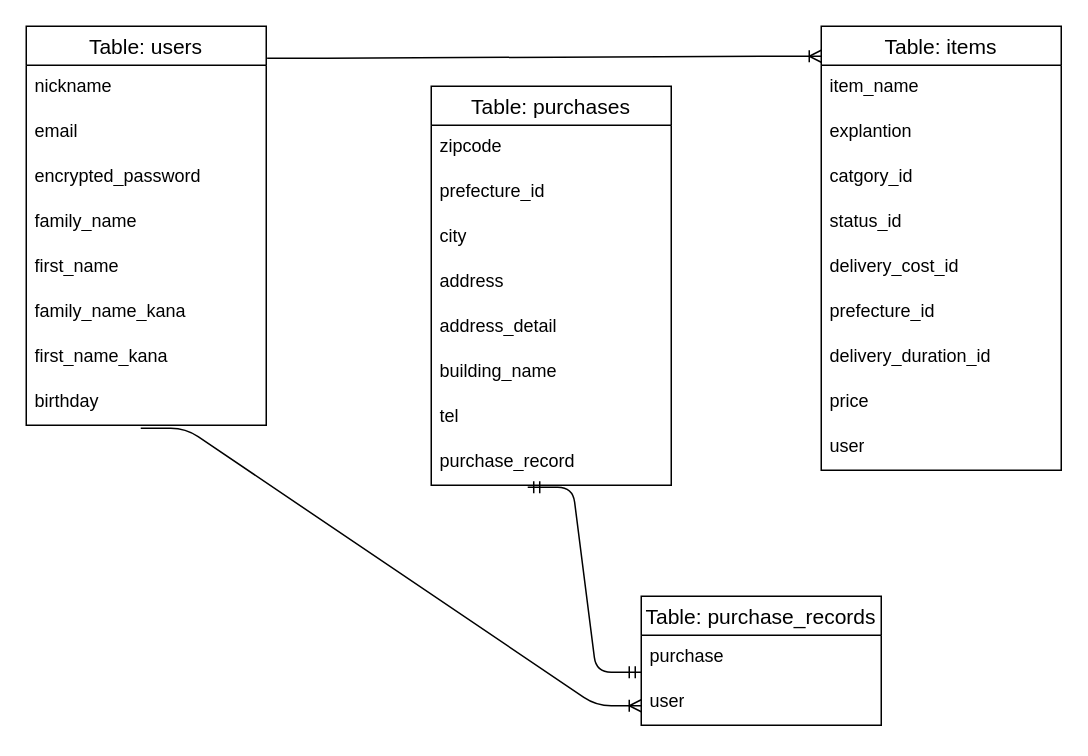
Earlier version of the draw.io diagram ER.dio (John-Willy-Brandt/furima-46330). Source tidied: cells renumbered, new cells numbered last; positions are measured from the earlier drawing's top-left corner, leaving out a move shared by most shapes. Both pictures are drawn from the tidied source at 150%, with x=0, y=0 at pixel (26, 26).
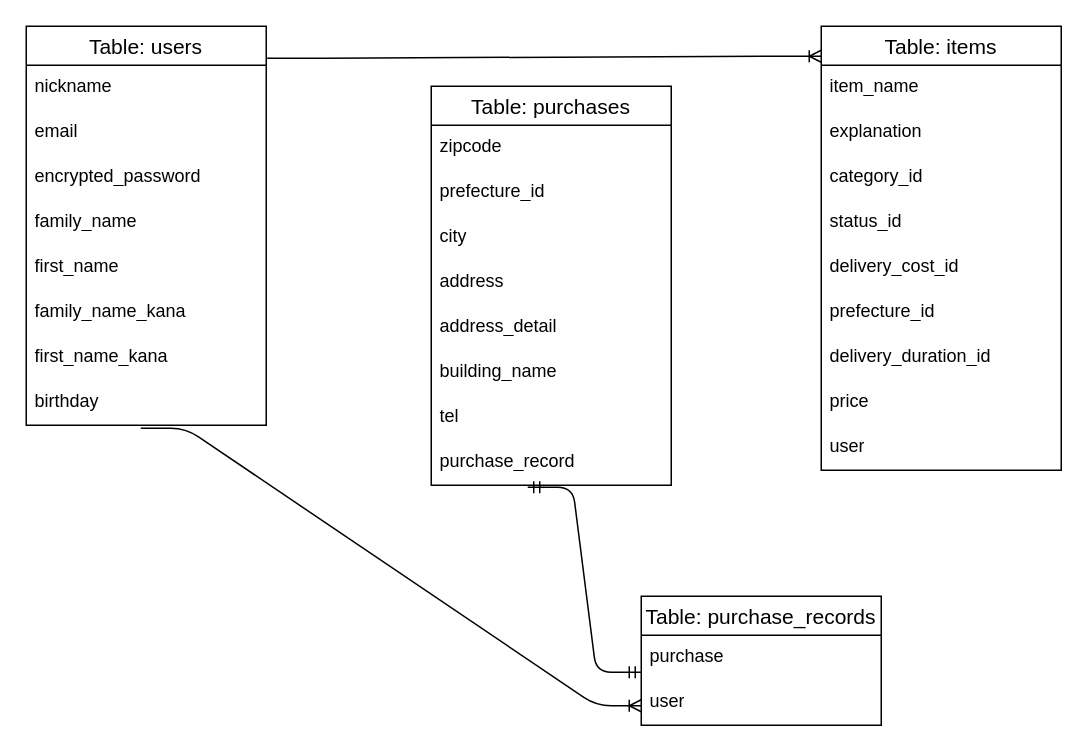
After the change.

Unchanged cells that the change refers to:
```xml
<mxCell id="11" value="Table: items" style="swimlane;fontStyle=0;horizontal=1;startSize=26;align=center;fontSize=14;" parent="1" vertex="1">
  <mxGeometry x="530" width="160" height="296" as="geometry" />
</mxCell>
```

Change to the diagram source:
```diff
@@
-    <mxCell id="13" value="explantion&lt;div&gt;&lt;br&gt;&lt;/div&gt;" style="text;strokeColor=none;fillColor=none;spacingLeft=4;spacingRight=4;overflow=hidden;fontSize=12;whiteSpace=wrap;html=1;" parent="11" vertex="1">
+    <mxCell id="13" value="explanation" style="text;strokeColor=none;fillColor=none;spacingLeft=4;spacingRight=4;overflow=hidden;fontSize=12;whiteSpace=wrap;html=1;" parent="11" vertex="1">
       <mxGeometry y="56" width="160" height="30" as="geometry" />
     </mxCell>
-    <mxCell id="14" value="catgory_id&amp;nbsp;" style="text;strokeColor=none;fillColor=none;spacingLeft=4;spacingRight=4;overflow=hidden;fontSize=12;whiteSpace=wrap;html=1;" parent="11" vertex="1">
+    <mxCell id="14" value="category_id&amp;nbsp;" style="text;strokeColor=none;fillColor=none;spacingLeft=4;spacingRight=4;overflow=hidden;fontSize=12;whiteSpace=wrap;html=1;" parent="11" vertex="1">
       <mxGeometry y="86" width="160" height="30" as="geometry" />
     </mxCell>
```
